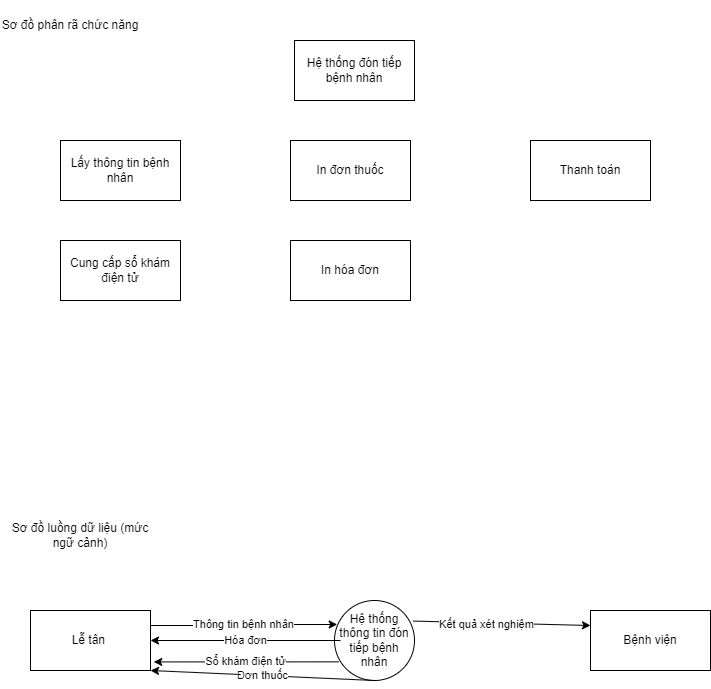
InfiniteByte1811/branch1 keeps this draw.io diagram as DFD4.png. Above is the earlier version. Source tidied: cells renumbered, new cells last; positions are measured from the earlier drawing's top-left corner, leaving out a move shared by most shapes.
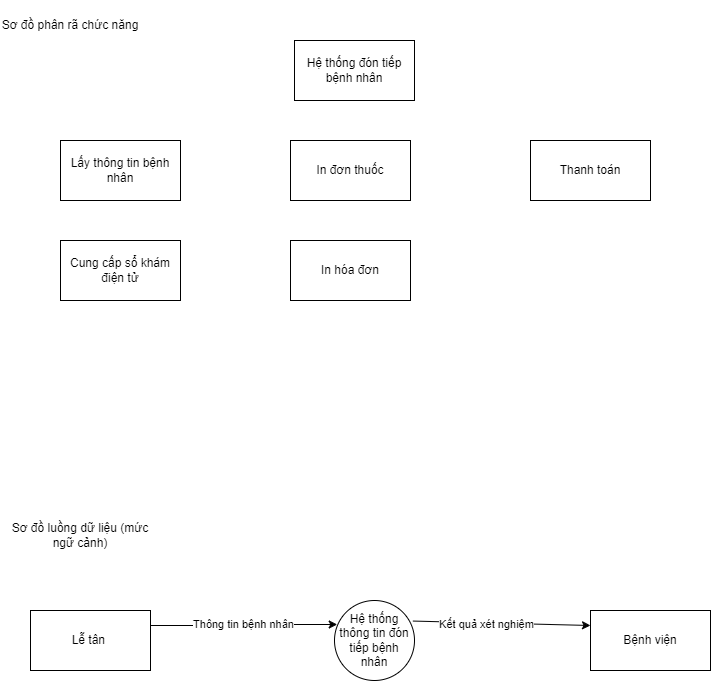
Later version of the same file.

Commit message:
Cập nhật DFD4.png

Diff of the diagram source:
```diff
@@ -26,17 +26,6 @@
     <mxCell id="9" value="Kết quả xét nghiệm" style="edgeLabel;html=1;align=center;verticalAlign=middle;" parent="8" vertex="1">
       <mxGeometry x="-0.18" y="-1" relative="1" as="geometry" />
     </mxCell>
-    <mxCell id="10" value="Sổ khám điện tử" style="endArrow=classic;html=1;rounded=0;entryX=1.027;entryY=0.857;entryDx=0;entryDy=0;entryPerimeter=0;exitX=0.056;exitY=0.767;exitDx=0;exitDy=0;exitPerimeter=0;" parent="1" edge="1" source="7" target="5">
-      <mxGeometry relative="1" as="geometry" />
-    </mxCell>
-    <mxCell id="11" value="Hóa đơn" style="endArrow=classic;html=1;rounded=0;entryX=1;entryY=0.5;entryDx=0;entryDy=0;" parent="1" edge="1" target="5">
-      <mxGeometry relative="1" as="geometry">
-        <mxPoint x="340" y="640" as="sourcePoint" />
-      </mxGeometry>
-    </mxCell>
-    <mxCell id="12" value="Đơn thuốc" style="endArrow=classic;html=1;rounded=0;entryX=1;entryY=1;entryDx=0;entryDy=0;exitX=0.5;exitY=1;exitDx=0;exitDy=0;" parent="1" edge="1" source="7" target="5">
-      <mxGeometry relative="1" as="geometry" />
-    </mxCell>
     <mxCell id="13" value="Hệ thống đón tiếp bệnh nhân" style="rounded=0;whiteSpace=wrap;html=1;" parent="1" vertex="1">
       <mxGeometry x="294" y="40" width="120" height="60" as="geometry" />
     </mxCell>
```
